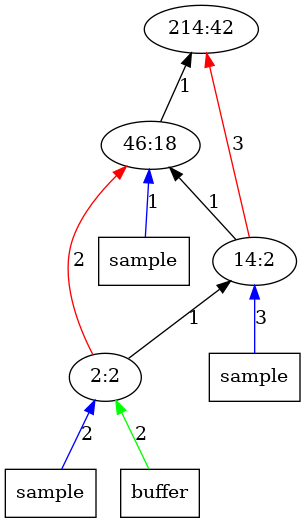
The Graphviz diagram outputImages/op42.png.png in AbhikKhan/MTP_IITG, before a commit. Its source is kept beside it as outputTrees/op42.dot. Its diagram source:
```dot
digraph Tree{
	rankdir="BT"
	1 [label = "214:42"];
	2 -> 1 [label = "1", color = "black"];
	x21 -> 2 [label = "1", color = "blue"];
	x21 [label = "sample", shape = "box"];
	2 [label = "46:18"];
	3 -> 1 [label = "3", color = "red"];
	3 -> 2 [label = "1", color = "black"];
	x31 -> 3 [label = "3", color = "blue"];
	x31 [label = "sample", shape = "box"];
	3 [label = "14:2"];
	4 -> 3 [label = "1", color = "black"];
	4 -> 2 [label = "2", color = "red"];
	x41 -> 4 [label = "2", color = "blue"];
	x41 [label = "sample", shape = "box"];
	x42 -> 4 [label = "2", color = "green"];
	x42 [label = "buffer", shape = "box"];
	4 [label = "2:2"];
}
```
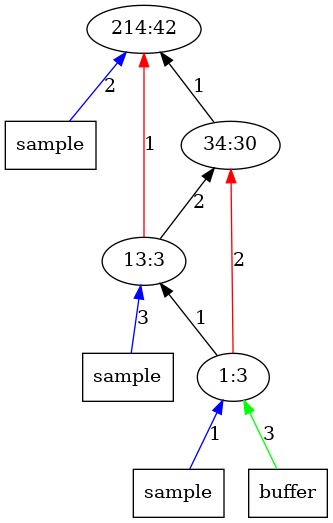
The same diagram one commit later.

Change to the diagram source:
```diff
@@ -1,20 +1,20 @@
 digraph Tree{
 	rankdir="BT"
+	x11 -> 1 [label = "2", color = "blue"];
+	x11 [label = "sample", shape = "box"];
 	1 [label = "214:42"];
 	2 -> 1 [label = "1", color = "black"];
-	x21 -> 2 [label = "1", color = "blue"];
-	x21 [label = "sample", shape = "box"];
-	2 [label = "46:18"];
-	3 -> 1 [label = "3", color = "red"];
-	3 -> 2 [label = "1", color = "black"];
+	2 [label = "34:30"];
+	3 -> 2 [label = "2", color = "black"];
+	3 -> 1 [label = "1", color = "red"];
 	x31 -> 3 [label = "3", color = "blue"];
 	x31 [label = "sample", shape = "box"];
-	3 [label = "14:2"];
+	3 [label = "13:3"];
+	4 -> 2 [label = "2", color = "red"];
 	4 -> 3 [label = "1", color = "black"];
-	4 -> 2 [label = "2", color = "red"];
-	x41 -> 4 [label = "2", color = "blue"];
+	x41 -> 4 [label = "1", color = "blue"];
 	x41 [label = "sample", shape = "box"];
-	x42 -> 4 [label = "2", color = "green"];
+	x42 -> 4 [label = "3", color = "green"];
 	x42 [label = "buffer", shape = "box"];
-	4 [label = "2:2"];
+	4 [label = "1:3"];
 }
```
